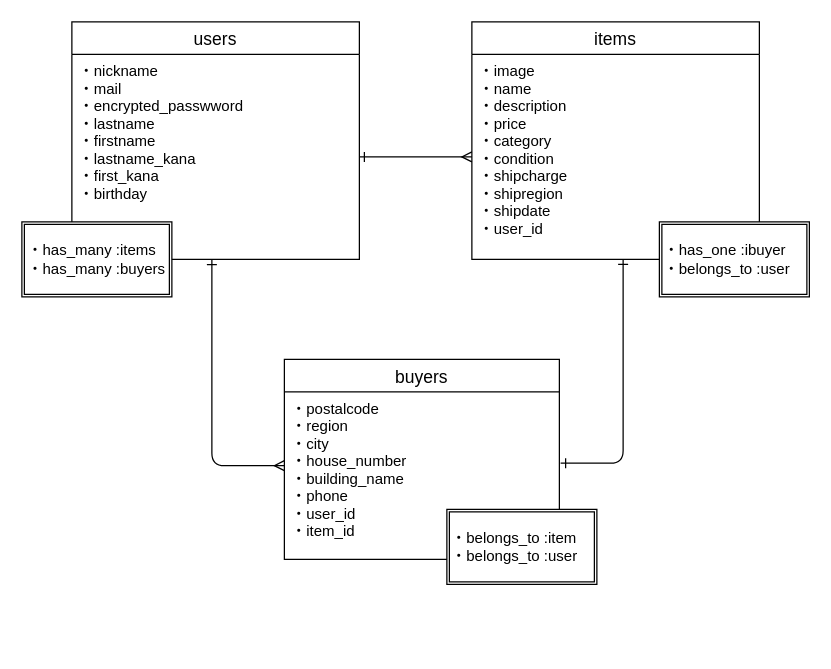
naaa0/furima-38215 keeps this draw.io diagram as furima.dio. Above is the earlier version. Source tidied: cells renumbered, new cells numbered last; positions are measured from the earlier drawing's top-left corner, leaving out a move shared by most shapes. Both pictures are drawn from the tidied source at 125%, with x=0, y=0 at pixel (21, 21).
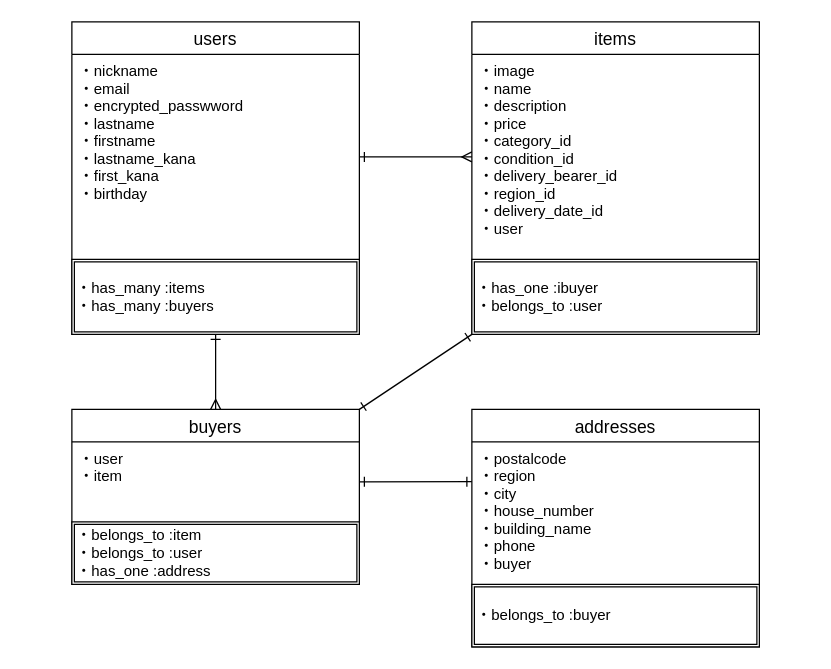
The same diagram, later.

Commit message (it also covers changes not shown here):
データベース設計の修正1

Diff of the diagram source:
```diff
@@
 <mxGraphModel>
   <root>
     <mxCell id="0" />
     <mxCell id="1" parent="0" />
     <mxCell id="2" value="users" style="swimlane;fontStyle=0;horizontal=1;startSize=26;align=center;fontSize=14;" parent="1" vertex="1">
-      <mxGeometry x="40" width="230" height="190" as="geometry" />
+      <mxGeometry x="40" width="230" height="250" as="geometry" />
     </mxCell>
-    <mxCell id="3" value="・nickname&#10;・mail&#10;・encrypted_passwword&#10;・lastname&#10;・firstname&#10;・lastname_kana&#10;・first_kana&#10;・birthday" style="text;strokeColor=none;fillColor=none;spacingLeft=4;spacingRight=4;overflow=hidden;points=[[0,0.5],[1,0.5]];portConstraint=eastwest;fontSize=12;" parent="2" vertex="1">
+    <mxCell id="3" value="・nickname&#10;・email&#10;・encrypted_passwword&#10;・lastname&#10;・firstname&#10;・lastname_kana&#10;・first_kana&#10;・birthday" style="text;strokeColor=none;fillColor=none;spacingLeft=4;spacingRight=4;overflow=hidden;points=[[0,0.5],[1,0.5]];portConstraint=eastwest;fontSize=12;" parent="2" vertex="1">
       <mxGeometry y="26" width="230" height="164" as="geometry" />
     </mxCell>
+    <mxCell id="11" value="&lt;div&gt;&lt;span&gt;・has_many :items&lt;/span&gt;&lt;/div&gt;&lt;div&gt;&lt;span&gt;・has_many :buyers&lt;/span&gt;&lt;/div&gt;" style="shape=ext;double=1;rounded=0;whiteSpace=wrap;html=1;align=left;" parent="2" vertex="1">
+      <mxGeometry y="190" width="230" height="60" as="geometry" />
+    </mxCell>
     <mxCell id="4" value="items" style="swimlane;fontStyle=0;horizontal=1;startSize=26;align=center;fontSize=14;" parent="1" vertex="1">
-      <mxGeometry x="360" width="230" height="190" as="geometry" />
+      <mxGeometry x="360" width="230" height="250" as="geometry" />
     </mxCell>
-    <mxCell id="5" value="・image&#10;・name&#10;・description&#10;・price&#10;・category&#10;・condition&#10;・shipcharge&#10;・shipregion&#10;・shipdate&#10;・user_id" style="text;strokeColor=none;fillColor=none;spacingLeft=4;spacingRight=4;overflow=hidden;points=[[0,0.5],[1,0.5]];portConstraint=eastwest;fontSize=12;" parent="4" vertex="1">
+    <mxCell id="5" value="・image&#10;・name&#10;・description&#10;・price&#10;・category_id&#10;・condition_id&#10;・delivery_bearer_id&#10;・region_id&#10;・delivery_date_id&#10;・user" style="text;strokeColor=none;fillColor=none;spacingLeft=4;spacingRight=4;overflow=hidden;points=[[0,0.5],[1,0.5]];portConstraint=eastwest;fontSize=12;" parent="4" vertex="1">
       <mxGeometry y="26" width="230" height="164" as="geometry" />
     </mxCell>
+    <mxCell id="13" value="&lt;div&gt;&lt;span&gt;・has_one :ibuyer&lt;/span&gt;&lt;/div&gt;&lt;div&gt;&lt;span&gt;・belongs_to :user&lt;/span&gt;&lt;/div&gt;" style="shape=ext;double=1;rounded=0;whiteSpace=wrap;html=1;align=left;" parent="4" vertex="1">
+      <mxGeometry y="190" width="230" height="60" as="geometry" />
+    </mxCell>
+    <mxCell id="14" style="edgeStyle=none;html=1;exitX=1;exitY=0;exitDx=0;exitDy=0;entryX=0;entryY=1;entryDx=0;entryDy=0;startArrow=ERone;startFill=0;endArrow=ERone;endFill=0;" parent="1" edge="1" source="6" target="13">
+      <mxGeometry relative="1" as="geometry" />
+    </mxCell>
     <mxCell id="6" value="buyers" style="swimlane;fontStyle=0;horizontal=1;startSize=26;align=center;fontSize=14;" parent="1" vertex="1">
-      <mxGeometry x="210" y="270" width="220" height="160" as="geometry" />
+      <mxGeometry x="40" y="310" width="230" height="140" as="geometry" />
     </mxCell>
-    <mxCell id="7" value="・postalcode&#10;・region&#10;・city&#10;・house_number&#10;・building_name&#10;・phone&#10;・user_id&#10;・item_id" style="text;strokeColor=none;fillColor=none;spacingLeft=4;spacingRight=4;overflow=hidden;points=[[0,0.5],[1,0.5]];portConstraint=eastwest;fontSize=12;" parent="6" vertex="1">
-      <mxGeometry y="26" width="220" height="134" as="geometry" />
+    <mxCell id="7" value="・user&#10;・item" style="text;strokeColor=none;fillColor=none;spacingLeft=4;spacingRight=4;overflow=hidden;points=[[0,0.5],[1,0.5]];portConstraint=eastwest;fontSize=12;" parent="6" vertex="1">
+      <mxGeometry y="26" width="230" height="64" as="geometry" />
     </mxCell>
+    <mxCell id="12" value="&lt;div&gt;&lt;span&gt;・belongs_to :item&lt;/span&gt;&lt;/div&gt;&lt;div&gt;&lt;span&gt;・belongs_to :user&lt;/span&gt;&lt;/div&gt;&lt;div&gt;・has_one :address&lt;/div&gt;" style="shape=ext;double=1;rounded=0;whiteSpace=wrap;html=1;align=left;" parent="6" vertex="1">
+      <mxGeometry y="90" width="230" height="50" as="geometry" />
+    </mxCell>
     <mxCell id="8" style="edgeStyle=none;html=1;exitX=1;exitY=0.5;exitDx=0;exitDy=0;entryX=0;entryY=0.5;entryDx=0;entryDy=0;startArrow=ERone;startFill=0;endArrow=ERmany;endFill=0;" parent="1" edge="1" source="3" target="5">
       <mxGeometry relative="1" as="geometry" />
     </mxCell>
-    <mxCell id="9" style="edgeStyle=none;html=1;exitX=0;exitY=0.5;exitDx=0;exitDy=0;entryX=0.487;entryY=0.989;entryDx=0;entryDy=0;entryPerimeter=0;startArrow=ERmany;startFill=0;endArrow=ERone;endFill=0;" parent="1" edge="1">
-      <mxGeometry relative="1" as="geometry">
-        <mxPoint x="210" y="355" as="sourcePoint" />
-        <mxPoint x="152" y="190.2" as="targetPoint" />
-        <Array as="points">
-          <mxPoint x="152" y="355" />
-          <mxPoint x="152" y="292" />
-        </Array>
-      </mxGeometry>
-    </mxCell>
-    <mxCell id="10" style="edgeStyle=none;html=1;exitX=1;exitY=0.5;exitDx=0;exitDy=0;startArrow=ERone;startFill=0;endArrow=ERone;endFill=0;" parent="1" edge="1">
-      <mxGeometry relative="1" as="geometry">
-        <mxPoint x="431" y="353" as="sourcePoint" />
-        <mxPoint x="481" y="190" as="targetPoint" />
-        <Array as="points">
-          <mxPoint x="481" y="353" />
-        </Array>
-      </mxGeometry>
-    </mxCell>
-    <mxCell id="11" value="&lt;div style=&quot;text-align: left&quot;&gt;&lt;span&gt;・has_many :items&lt;/span&gt;&lt;/div&gt;&lt;div style=&quot;text-align: left&quot;&gt;&lt;span&gt;・has_many :buyers&lt;/span&gt;&lt;/div&gt;" style="shape=ext;double=1;rounded=0;whiteSpace=wrap;html=1;" parent="1" vertex="1">
-      <mxGeometry y="160" width="120" height="60" as="geometry" />
-    </mxCell>
-    <mxCell id="12" value="&lt;div&gt;&lt;span&gt;・belongs_to :item&lt;/span&gt;&lt;/div&gt;&lt;div&gt;&lt;span&gt;・belongs_to :user&lt;/span&gt;&lt;/div&gt;" style="shape=ext;double=1;rounded=0;whiteSpace=wrap;html=1;align=left;" parent="1" vertex="1">
-      <mxGeometry x="340" y="390" width="120" height="60" as="geometry" />
-    </mxCell>
-    <mxCell id="13" value="&lt;div&gt;&lt;span&gt;・has_one :ibuyer&lt;/span&gt;&lt;/div&gt;&lt;div&gt;&lt;span&gt;・belongs_to :user&lt;/span&gt;&lt;/div&gt;" style="shape=ext;double=1;rounded=0;whiteSpace=wrap;html=1;align=left;" parent="1" vertex="1">
-      <mxGeometry x="510" y="160" width="120" height="60" as="geometry" />
-    </mxCell>
+    <mxCell id="15" value="addresses" style="swimlane;fontStyle=0;horizontal=1;startSize=26;align=center;fontSize=14;" parent="1" vertex="1">
+      <mxGeometry x="360" y="310" width="230" height="190" as="geometry" />
+    </mxCell>
+    <mxCell id="16" value="・postalcode&#10;・region&#10;・city&#10;・house_number&#10;・building_name&#10;・phone&#10;・buyer" style="text;strokeColor=none;fillColor=none;spacingLeft=4;spacingRight=4;overflow=hidden;points=[[0,0.5],[1,0.5]];portConstraint=eastwest;fontSize=12;" parent="15" vertex="1">
+      <mxGeometry y="26" width="230" height="114" as="geometry" />
+    </mxCell>
+    <mxCell id="17" value="&lt;span&gt;・belongs_to :buyer&lt;br&gt;&lt;/span&gt;" style="shape=ext;double=1;rounded=0;whiteSpace=wrap;html=1;align=left;" parent="15" vertex="1">
+      <mxGeometry y="140" width="230" height="50" as="geometry" />
+    </mxCell>
+    <mxCell id="18" style="edgeStyle=none;html=1;exitX=0.5;exitY=1;exitDx=0;exitDy=0;entryX=0.5;entryY=0;entryDx=0;entryDy=0;startArrow=ERone;startFill=0;endArrow=ERmany;endFill=0;" parent="1" edge="1" source="11" target="6">
+      <mxGeometry relative="1" as="geometry" />
+    </mxCell>
+    <mxCell id="19" style="edgeStyle=none;html=1;exitX=1;exitY=0.5;exitDx=0;exitDy=0;entryX=0;entryY=0.279;entryDx=0;entryDy=0;entryPerimeter=0;startArrow=ERone;startFill=0;endArrow=ERone;endFill=0;" parent="1" edge="1" source="7" target="16">
+      <mxGeometry relative="1" as="geometry" />
+    </mxCell>
   </root>
 </mxGraphModel>
```
